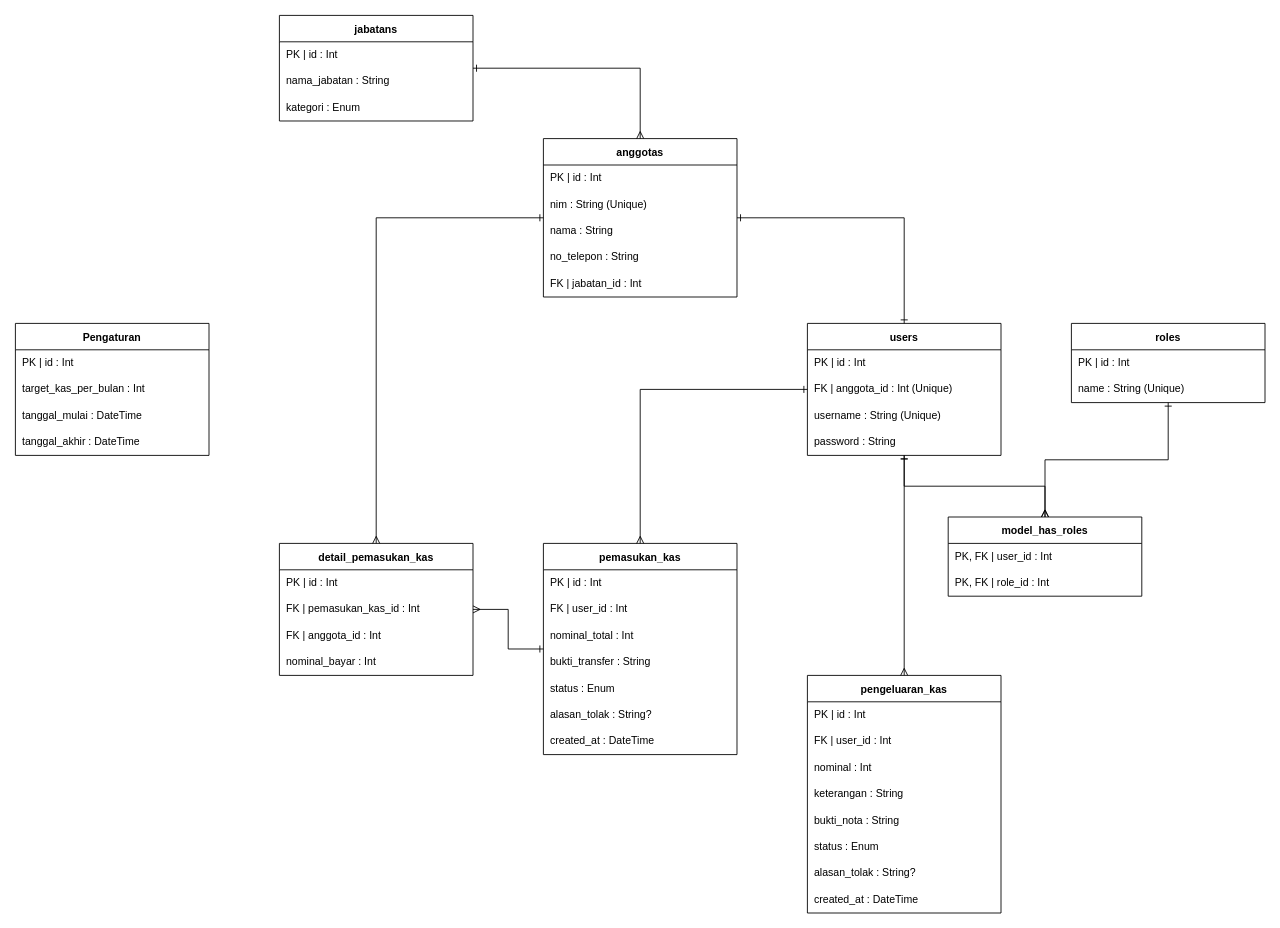
Earlier version of the draw.io diagram ERD.drawio (ImNotDanish05/KASPCC2026). Source tidied: cells renumbered, new cells numbered last; positions are measured from the earlier drawing's top-left corner, leaving out a move shared by most shapes. Both pictures are drawn from the tidied source at 88%, with x=0, y=0 at pixel (15, 15).
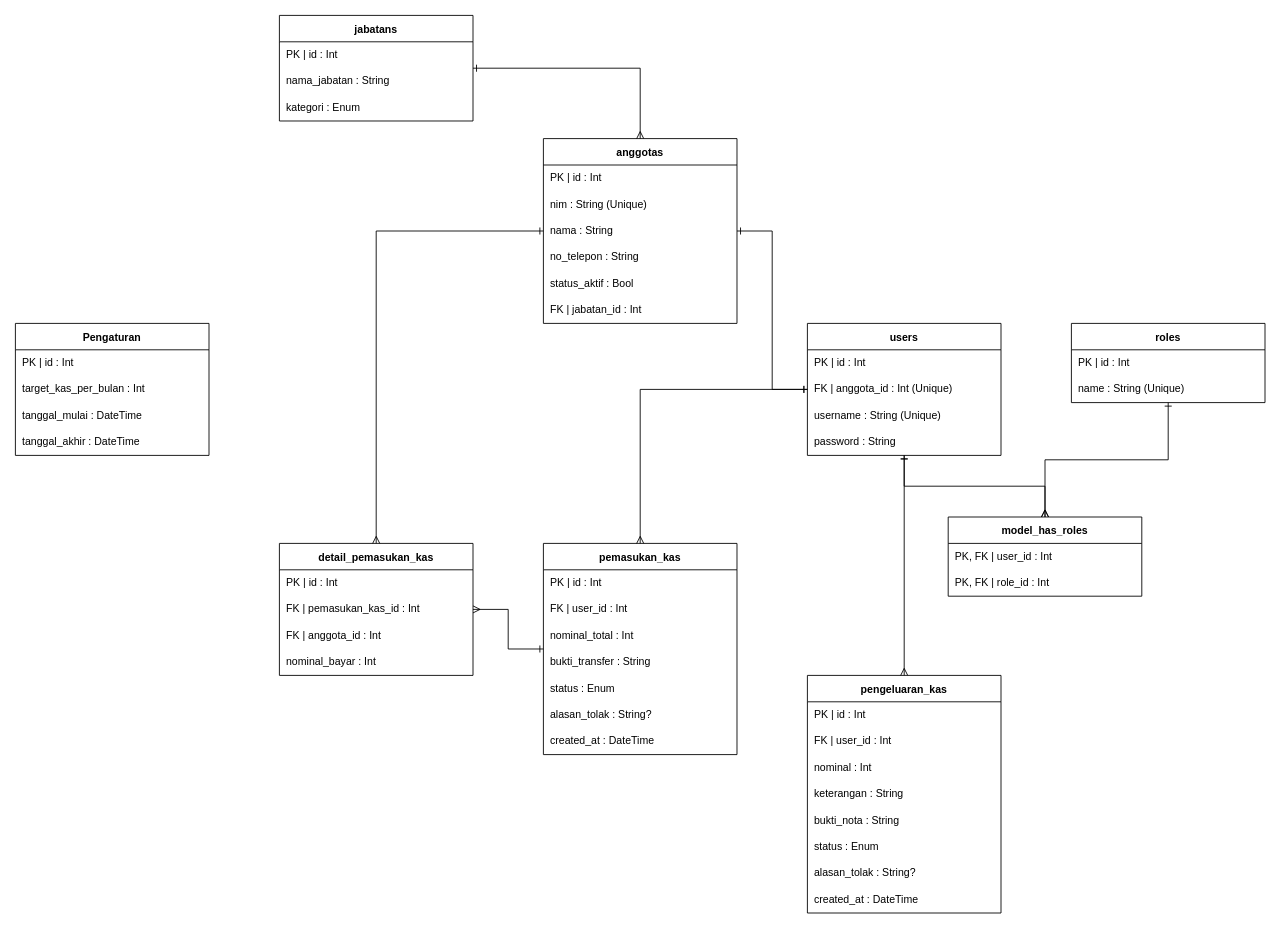
The same diagram, later.

Change to the diagram source:
```diff
@@
     <mxCell id="11" value="anggotas" style="shape=table;startSize=30;childLayout=tableLayout;fontStyle=1;align=center;" parent="1" vertex="1">
-      <mxGeometry x="600" y="140" width="220" height="180" as="geometry" />
+      <mxGeometry x="600" y="140" width="220" height="210" as="geometry" />
     </mxCell>
@@
-    <mxCell id="16" value="FK | jabatan_id : Int" style="shape=partialRectangle;html=1;whiteSpace=wrap;fillColor=none;top=0;left=0;bottom=0;right=0;align=left;spacingLeft=6;" parent="11" vertex="1">
+    <mxCell id="16" value="status_aktif : Bool" style="shape=partialRectangle;html=1;whiteSpace=wrap;fillColor=none;top=0;left=0;bottom=0;right=0;align=left;spacingLeft=6;" parent="11" vertex="1">
       <mxGeometry y="150" width="220" height="30" as="geometry" />
     </mxCell>
+    <mxCell id="58" value="FK | jabatan_id : Int" style="shape=partialRectangle;html=1;whiteSpace=wrap;fillColor=none;top=0;left=0;bottom=0;right=0;align=left;spacingLeft=6;" parent="11" vertex="1">
+      <mxGeometry y="180" width="220" height="30" as="geometry" />
+    </mxCell>
```
